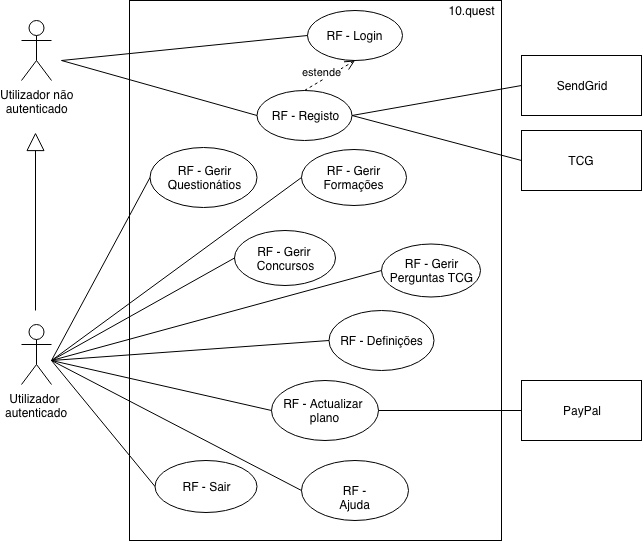
Earlier version of the draw.io export img/rf/alto-nivel.png (BrunoGrifo/Tese). Source tidied: cells renumbered, new cells last; positions are measured from the earlier drawing's top-left corner, leaving out a move shared by most shapes. Its diagram source:
```xml
<mxGraphModel>
  <root>
    <mxCell id="0" />
    <mxCell id="1" parent="0" />
    <mxCell id="2" style="rounded=0;whiteSpace=wrap;html=1;" parent="1" vertex="1">
      <mxGeometry x="108" width="372" height="540" as="geometry" />
    </mxCell>
    <mxCell id="3" value="10.quest" style="text;html=1;strokeColor=none;fillColor=none;align=center;verticalAlign=middle;whiteSpace=wrap;rounded=0;" parent="1" vertex="1">
      <mxGeometry x="430" width="40" height="20" as="geometry" />
    </mxCell>
    <mxCell id="4" value="Utilizador &lt;br&gt;autenticado" style="shape=umlActor;verticalLabelPosition=bottom;labelBackgroundColor=#ffffff;verticalAlign=top;html=1;" parent="1" vertex="1">
      <mxGeometry y="324" width="30" height="60" as="geometry" />
    </mxCell>
    <mxCell id="5" value="Utilizador não&lt;br&gt;autenticado" style="shape=umlActor;verticalLabelPosition=bottom;labelBackgroundColor=#ffffff;verticalAlign=top;html=1;" parent="1" vertex="1">
      <mxGeometry y="20" width="30" height="60" as="geometry" />
    </mxCell>
    <mxCell id="6" value="RF - Login" style="ellipse;whiteSpace=wrap;html=1;" parent="1" vertex="1">
      <mxGeometry x="286" y="10" width="95" height="50" as="geometry" />
    </mxCell>
    <mxCell id="7" value="RF - Registo" style="ellipse;whiteSpace=wrap;html=1;" parent="1" vertex="1">
      <mxGeometry x="235.5" y="90" width="95" height="50" as="geometry" />
    </mxCell>
    <mxCell id="8" style="endArrow=none;html=1;entryX=0;entryY=0.5;entryDx=0;entryDy=0;" parent="1" edge="1" target="7">
      <mxGeometry relative="1" as="geometry">
        <mxPoint x="40" y="60" as="sourcePoint" />
      </mxGeometry>
    </mxCell>
    <mxCell id="9" style="endArrow=none;html=1;entryX=0;entryY=0.5;entryDx=0;entryDy=0;" parent="1" edge="1" target="6">
      <mxGeometry relative="1" as="geometry">
        <mxPoint x="40" y="60" as="sourcePoint" />
      </mxGeometry>
    </mxCell>
    <mxCell id="10" style="endArrow=block;endSize=16;endFill=0;html=1;" parent="1" edge="1">
      <mxGeometry relative="1" as="geometry">
        <mxPoint x="14" y="310" as="sourcePoint" />
        <mxPoint x="14" y="132" as="targetPoint" />
      </mxGeometry>
    </mxCell>
    <mxCell id="11" value="RF - Gerir&lt;br&gt;Questionátios" style="ellipse;whiteSpace=wrap;html=1;" parent="1" vertex="1">
      <mxGeometry x="128.5" y="147" width="107" height="60" as="geometry" />
    </mxCell>
    <mxCell id="12" value="RF - Gerir&lt;br&gt;Formações" style="ellipse;whiteSpace=wrap;html=1;" parent="1" vertex="1">
      <mxGeometry x="280" y="149" width="105" height="56" as="geometry" />
    </mxCell>
    <mxCell id="13" value="RF - Definições" style="ellipse;whiteSpace=wrap;html=1;" parent="1" vertex="1">
      <mxGeometry x="307.5" y="310" width="105" height="60" as="geometry" />
    </mxCell>
    <mxCell id="14" value="RF - Actualizar&amp;nbsp;&lt;br&gt;plano" style="ellipse;whiteSpace=wrap;html=1;" parent="1" vertex="1">
      <mxGeometry x="250" y="380" width="107" height="60" as="geometry" />
    </mxCell>
    <mxCell id="15" value="RF - Sair" style="ellipse;whiteSpace=wrap;html=1;" parent="1" vertex="1">
      <mxGeometry x="133.5" y="460" width="102" height="52" as="geometry" />
    </mxCell>
    <mxCell id="16" value="RF - Ajuda" style="ellipse;whiteSpace=wrap;html=1;" parent="1" vertex="1">
      <mxGeometry x="280" y="460" width="107" height="60" as="geometry" />
    </mxCell>
    <mxCell id="17" style="endArrow=none;html=1;entryX=0;entryY=0.5;entryDx=0;entryDy=0;" parent="1" edge="1" target="11">
      <mxGeometry relative="1" as="geometry">
        <mxPoint x="30" y="360" as="sourcePoint" />
      </mxGeometry>
    </mxCell>
    <mxCell id="18" style="endArrow=none;html=1;entryX=0;entryY=0.5;entryDx=0;entryDy=0;" parent="1" edge="1" target="12">
      <mxGeometry relative="1" as="geometry">
        <mxPoint x="30" y="360" as="sourcePoint" />
      </mxGeometry>
    </mxCell>
    <mxCell id="19" style="endArrow=none;html=1;entryX=0;entryY=0.5;entryDx=0;entryDy=0;" parent="1" edge="1" target="13">
      <mxGeometry relative="1" as="geometry">
        <mxPoint x="30" y="360" as="sourcePoint" />
      </mxGeometry>
    </mxCell>
    <mxCell id="20" style="endArrow=none;html=1;entryX=0;entryY=0.5;entryDx=0;entryDy=0;" parent="1" edge="1" target="14">
      <mxGeometry relative="1" as="geometry">
        <mxPoint x="30" y="360" as="sourcePoint" />
      </mxGeometry>
    </mxCell>
    <mxCell id="21" style="endArrow=none;html=1;entryX=0;entryY=0.5;entryDx=0;entryDy=0;" parent="1" edge="1" target="16">
      <mxGeometry relative="1" as="geometry">
        <mxPoint x="30" y="360" as="sourcePoint" />
      </mxGeometry>
    </mxCell>
    <mxCell id="22" style="endArrow=none;html=1;entryX=0;entryY=0.5;entryDx=0;entryDy=0;" parent="1" edge="1" target="15">
      <mxGeometry relative="1" as="geometry">
        <mxPoint x="30" y="360" as="sourcePoint" />
      </mxGeometry>
    </mxCell>
    <mxCell id="23" style="endArrow=none;html=1;exitX=1;exitY=0.5;exitDx=0;exitDy=0;entryX=0;entryY=0.5;entryDx=0;entryDy=0;" parent="1" edge="1" source="14" target="24">
      <mxGeometry relative="1" as="geometry" />
    </mxCell>
    <mxCell id="24" value="PayPal" style="rounded=0;whiteSpace=wrap;html=1;" parent="1" vertex="1">
      <mxGeometry x="500" y="380" width="120" height="60" as="geometry" />
    </mxCell>
    <mxCell id="25" value="RF - Gerir &lt;br&gt;Concursos" style="ellipse;whiteSpace=wrap;html=1;" parent="1" vertex="1">
      <mxGeometry x="213" y="230" width="101" height="55" as="geometry" />
    </mxCell>
    <mxCell id="26" style="endArrow=none;html=1;entryX=0;entryY=0.5;entryDx=0;entryDy=0;" parent="1" edge="1" target="25">
      <mxGeometry relative="1" as="geometry">
        <mxPoint x="30" y="360" as="sourcePoint" />
      </mxGeometry>
    </mxCell>
    <mxCell id="27" value="RF - Gerir&lt;br&gt;Perguntas TCG" style="ellipse;whiteSpace=wrap;html=1;" parent="1" vertex="1">
      <mxGeometry x="360" y="243.5" width="99" height="53" as="geometry" />
    </mxCell>
    <mxCell id="28" style="endArrow=none;html=1;entryX=0;entryY=0.5;entryDx=0;entryDy=0;" parent="1" edge="1" target="27">
      <mxGeometry relative="1" as="geometry">
        <mxPoint x="30" y="360" as="sourcePoint" />
      </mxGeometry>
    </mxCell>
    <mxCell id="29" value="SendGrid" style="rounded=0;whiteSpace=wrap;html=1;" parent="1" vertex="1">
      <mxGeometry x="500" y="55" width="120" height="60" as="geometry" />
    </mxCell>
    <mxCell id="30" style="endArrow=none;html=1;entryX=0;entryY=0.5;entryDx=0;entryDy=0;exitX=1;exitY=0.5;exitDx=0;exitDy=0;" parent="1" edge="1" source="7" target="29">
      <mxGeometry relative="1" as="geometry" />
    </mxCell>
    <mxCell id="31" value="estende" style="html=1;verticalAlign=bottom;endArrow=open;dashed=1;endSize=8;entryX=0.5;entryY=1;entryDx=0;entryDy=0;exitX=0.5;exitY=0;exitDx=0;exitDy=0;" parent="1" edge="1" source="7" target="6">
      <mxGeometry x="-0.33" relative="1" as="geometry" />
    </mxCell>
    <mxCell id="32" value="TCG" style="rounded=0;whiteSpace=wrap;html=1;" parent="1" vertex="1">
      <mxGeometry x="500" y="130" width="120" height="60" as="geometry" />
    </mxCell>
    <mxCell id="33" style="endArrow=none;html=1;entryX=0;entryY=0.5;entryDx=0;entryDy=0;exitX=1;exitY=0.5;exitDx=0;exitDy=0;" parent="1" edge="1" source="7" target="32">
      <mxGeometry relative="1" as="geometry" />
    </mxCell>
  </root>
</mxGraphModel>
```
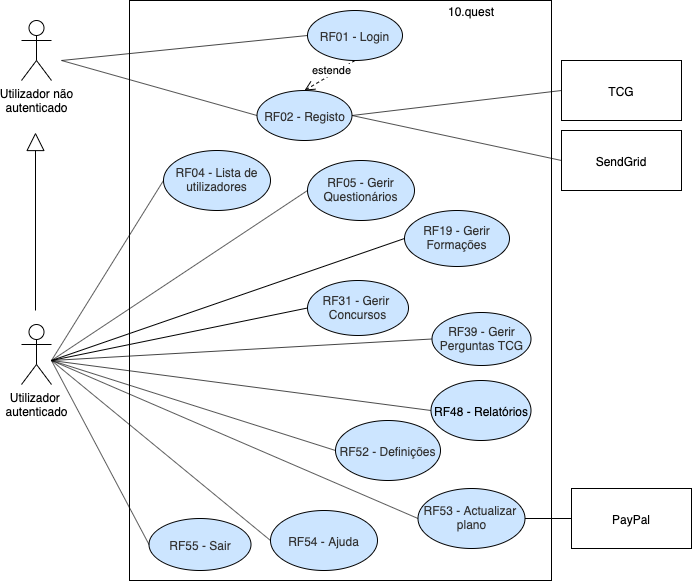
Later version of the same file.

What changed in the source:
```diff
@@ -3,7 +3,7 @@
     <mxCell id="0" />
     <mxCell id="1" parent="0" />
     <mxCell id="2" style="rounded=0;whiteSpace=wrap;html=1;" parent="1" vertex="1">
-      <mxGeometry x="108" width="372" height="540" as="geometry" />
+      <mxGeometry x="108" width="422" height="580" as="geometry" />
     </mxCell>
     <mxCell id="3" value="10.quest" style="text;html=1;strokeColor=none;fillColor=none;align=center;verticalAlign=middle;whiteSpace=wrap;rounded=0;" parent="1" vertex="1">
       <mxGeometry x="430" width="40" height="20" as="geometry" />
@@ -14,10 +14,10 @@
     <mxCell id="5" value="Utilizador não&lt;br&gt;autenticado" style="shape=umlActor;verticalLabelPosition=bottom;labelBackgroundColor=#ffffff;verticalAlign=top;html=1;" parent="1" vertex="1">
       <mxGeometry y="20" width="30" height="60" as="geometry" />
     </mxCell>
-    <mxCell id="6" value="RF - Login" style="ellipse;whiteSpace=wrap;html=1;" parent="1" vertex="1">
+    <mxCell id="6" value="RF01 - Login" style="ellipse;whiteSpace=wrap;html=1;fillColor=#CCE5FF;strokeColor=#000000;fontColor=#333333;" parent="1" vertex="1">
       <mxGeometry x="286" y="10" width="95" height="50" as="geometry" />
     </mxCell>
-    <mxCell id="7" value="RF - Registo" style="ellipse;whiteSpace=wrap;html=1;" parent="1" vertex="1">
+    <mxCell id="7" value="RF02 - Registo" style="ellipse;whiteSpace=wrap;html=1;fillColor=#CCE5FF;strokeColor=#000000;fontColor=#333333;" parent="1" vertex="1">
       <mxGeometry x="235.5" y="90" width="95" height="50" as="geometry" />
     </mxCell>
     <mxCell id="8" style="endArrow=none;html=1;entryX=0;entryY=0.5;entryDx=0;entryDy=0;" parent="1" edge="1" target="7">
@@ -36,23 +36,23 @@
         <mxPoint x="14" y="132" as="targetPoint" />
       </mxGeometry>
     </mxCell>
-    <mxCell id="11" value="RF - Gerir&lt;br&gt;Questionátios" style="ellipse;whiteSpace=wrap;html=1;" parent="1" vertex="1">
-      <mxGeometry x="128.5" y="147" width="107" height="60" as="geometry" />
+    <mxCell id="11" value="RF05 - Gerir&lt;br&gt;Questionários" style="ellipse;whiteSpace=wrap;html=1;fillColor=#CCE5FF;strokeColor=#000000;fontColor=#333333;" parent="1" vertex="1">
+      <mxGeometry x="286" y="160" width="107" height="60" as="geometry" />
     </mxCell>
-    <mxCell id="12" value="RF - Gerir&lt;br&gt;Formações" style="ellipse;whiteSpace=wrap;html=1;" parent="1" vertex="1">
-      <mxGeometry x="280" y="149" width="105" height="56" as="geometry" />
+    <mxCell id="12" value="RF19 - Gerir&lt;br&gt;Formações" style="ellipse;whiteSpace=wrap;html=1;fillColor=#CCE5FF;strokeColor=#000000;fontColor=#333333;" parent="1" vertex="1">
+      <mxGeometry x="383" y="210" width="105" height="56" as="geometry" />
     </mxCell>
-    <mxCell id="13" value="RF - Definições" style="ellipse;whiteSpace=wrap;html=1;" parent="1" vertex="1">
-      <mxGeometry x="307.5" y="310" width="105" height="60" as="geometry" />
+    <mxCell id="13" value="RF52 - Definições" style="ellipse;whiteSpace=wrap;html=1;fillColor=#CCE5FF;strokeColor=#000000;fontColor=#333333;" parent="1" vertex="1">
+      <mxGeometry x="314" y="420" width="105" height="60" as="geometry" />
     </mxCell>
-    <mxCell id="14" value="RF - Actualizar&amp;nbsp;&lt;br&gt;plano" style="ellipse;whiteSpace=wrap;html=1;" parent="1" vertex="1">
-      <mxGeometry x="250" y="380" width="107" height="60" as="geometry" />
+    <mxCell id="14" value="RF53 - Actualizar&amp;nbsp;&lt;br&gt;plano" style="ellipse;whiteSpace=wrap;html=1;fillColor=#CCE5FF;strokeColor=#000000;fontColor=#333333;" parent="1" vertex="1">
+      <mxGeometry x="396.5" y="488" width="107" height="60" as="geometry" />
     </mxCell>
-    <mxCell id="15" value="RF - Sair" style="ellipse;whiteSpace=wrap;html=1;" parent="1" vertex="1">
-      <mxGeometry x="133.5" y="460" width="102" height="52" as="geometry" />
+    <mxCell id="15" value="RF55 - Sair" style="ellipse;whiteSpace=wrap;html=1;fillColor=#CCE5FF;strokeColor=#000000;fontColor=#333333;" parent="1" vertex="1">
+      <mxGeometry x="127.5" y="518" width="102" height="52" as="geometry" />
     </mxCell>
-    <mxCell id="16" value="RF - Ajuda" style="ellipse;whiteSpace=wrap;html=1;" parent="1" vertex="1">
-      <mxGeometry x="280" y="460" width="107" height="60" as="geometry" />
+    <mxCell id="16" value="RF54 - Ajuda" style="ellipse;whiteSpace=wrap;html=1;fillColor=#CCE5FF;strokeColor=#000000;fontColor=#333333;" parent="1" vertex="1">
+      <mxGeometry x="249" y="510" width="107" height="60" as="geometry" />
     </mxCell>
     <mxCell id="17" style="endArrow=none;html=1;entryX=0;entryY=0.5;entryDx=0;entryDy=0;" parent="1" edge="1" target="11">
       <mxGeometry relative="1" as="geometry">
@@ -88,38 +88,54 @@
       <mxGeometry relative="1" as="geometry" />
     </mxCell>
     <mxCell id="24" value="PayPal" style="rounded=0;whiteSpace=wrap;html=1;" parent="1" vertex="1">
-      <mxGeometry x="500" y="380" width="120" height="60" as="geometry" />
+      <mxGeometry x="550" y="488" width="120" height="60" as="geometry" />
     </mxCell>
-    <mxCell id="25" value="RF - Gerir &lt;br&gt;Concursos" style="ellipse;whiteSpace=wrap;html=1;" parent="1" vertex="1">
-      <mxGeometry x="213" y="230" width="101" height="55" as="geometry" />
+    <mxCell id="25" value="RF31 - Gerir &lt;br&gt;Concursos" style="ellipse;whiteSpace=wrap;html=1;fillColor=#CCE5FF;strokeColor=#000000;fontColor=#333333;" parent="1" vertex="1">
+      <mxGeometry x="286" y="280" width="101" height="55" as="geometry" />
     </mxCell>
     <mxCell id="26" style="endArrow=none;html=1;entryX=0;entryY=0.5;entryDx=0;entryDy=0;" parent="1" edge="1" target="25">
       <mxGeometry relative="1" as="geometry">
         <mxPoint x="30" y="360" as="sourcePoint" />
       </mxGeometry>
     </mxCell>
-    <mxCell id="27" value="RF - Gerir&lt;br&gt;Perguntas TCG" style="ellipse;whiteSpace=wrap;html=1;" parent="1" vertex="1">
-      <mxGeometry x="360" y="243.5" width="99" height="53" as="geometry" />
+    <mxCell id="27" value="RF39 - Gerir&lt;br&gt;Perguntas TCG" style="ellipse;whiteSpace=wrap;html=1;fillColor=#CCE5FF;strokeColor=#000000;fontColor=#333333;" parent="1" vertex="1">
+      <mxGeometry x="410.5" y="312" width="99" height="53" as="geometry" />
     </mxCell>
     <mxCell id="28" style="endArrow=none;html=1;entryX=0;entryY=0.5;entryDx=0;entryDy=0;" parent="1" edge="1" target="27">
       <mxGeometry relative="1" as="geometry">
         <mxPoint x="30" y="360" as="sourcePoint" />
       </mxGeometry>
     </mxCell>
+    <mxCell id="31" value="estende" style="html=1;verticalAlign=bottom;endArrow=open;dashed=1;endSize=8;entryX=0.5;entryY=0;entryDx=0;entryDy=0;exitX=0.5;exitY=1;exitDx=0;exitDy=0;" parent="1" edge="1" source="6" target="7">
+      <mxGeometry x="0.04" y="5" relative="1" as="geometry" />
+    </mxCell>
+    <mxCell id="33" style="endArrow=none;html=1;exitX=1;exitY=0.5;exitDx=0;exitDy=0;entryX=0;entryY=0.5;entryDx=0;entryDy=0;" parent="1" edge="1" source="7" target="32">
+      <mxGeometry relative="1" as="geometry" />
+    </mxCell>
+    <mxCell id="32" value="TCG" style="rounded=0;whiteSpace=wrap;html=1;" parent="1" vertex="1">
+      <mxGeometry x="540" y="60" width="120" height="60" as="geometry" />
+    </mxCell>
+    <mxCell id="34" value="RF48 - Relatórios" style="ellipse;whiteSpace=wrap;html=1;fillColor=#CCE5FF;" parent="1" vertex="1">
+      <mxGeometry x="409.5" y="380" width="100" height="60" as="geometry" />
+    </mxCell>
+    <mxCell id="35" style="endArrow=none;html=1;entryX=0;entryY=0.5;entryDx=0;entryDy=0;" parent="1" edge="1" target="34">
+      <mxGeometry relative="1" as="geometry">
+        <mxPoint x="30" y="360" as="sourcePoint" />
+      </mxGeometry>
+    </mxCell>
+    <mxCell id="36" value="RF04 - Lista de utilizadores" style="ellipse;whiteSpace=wrap;html=1;fillColor=#CCE5FF;strokeColor=#000000;fontColor=#333333;" parent="1" vertex="1">
+      <mxGeometry x="142" y="150" width="107" height="60" as="geometry" />
+    </mxCell>
+    <mxCell id="37" style="endArrow=none;html=1;entryX=0;entryY=0.5;entryDx=0;entryDy=0;" parent="1" edge="1" target="36">
+      <mxGeometry relative="1" as="geometry">
+        <mxPoint x="30" y="360" as="sourcePoint" />
+      </mxGeometry>
+    </mxCell>
     <mxCell id="29" value="SendGrid" style="rounded=0;whiteSpace=wrap;html=1;" parent="1" vertex="1">
-      <mxGeometry x="500" y="55" width="120" height="60" as="geometry" />
+      <mxGeometry x="540" y="130" width="120" height="60" as="geometry" />
     </mxCell>
-    <mxCell id="30" style="endArrow=none;html=1;entryX=0;entryY=0.5;entryDx=0;entryDy=0;exitX=1;exitY=0.5;exitDx=0;exitDy=0;" parent="1" edge="1" source="7" target="29">
+    <mxCell id="30" style="endArrow=none;html=1;exitX=1;exitY=0.5;exitDx=0;exitDy=0;entryX=0;entryY=0.5;entryDx=0;entryDy=0;" parent="1" edge="1" source="7" target="29">
       <mxGeometry relative="1" as="geometry" />
     </mxCell>
-    <mxCell id="31" value="estende" style="html=1;verticalAlign=bottom;endArrow=open;dashed=1;endSize=8;entryX=0.5;entryY=1;entryDx=0;entryDy=0;exitX=0.5;exitY=0;exitDx=0;exitDy=0;" parent="1" edge="1" source="7" target="6">
-      <mxGeometry x="-0.33" relative="1" as="geometry" />
-    </mxCell>
-    <mxCell id="32" value="TCG" style="rounded=0;whiteSpace=wrap;html=1;" parent="1" vertex="1">
-      <mxGeometry x="500" y="130" width="120" height="60" as="geometry" />
-    </mxCell>
-    <mxCell id="33" style="endArrow=none;html=1;entryX=0;entryY=0.5;entryDx=0;entryDy=0;exitX=1;exitY=0.5;exitDx=0;exitDy=0;" parent="1" edge="1" source="7" target="32">
-      <mxGeometry relative="1" as="geometry" />
-    </mxCell>
   </root>
 </mxGraphModel>
```
